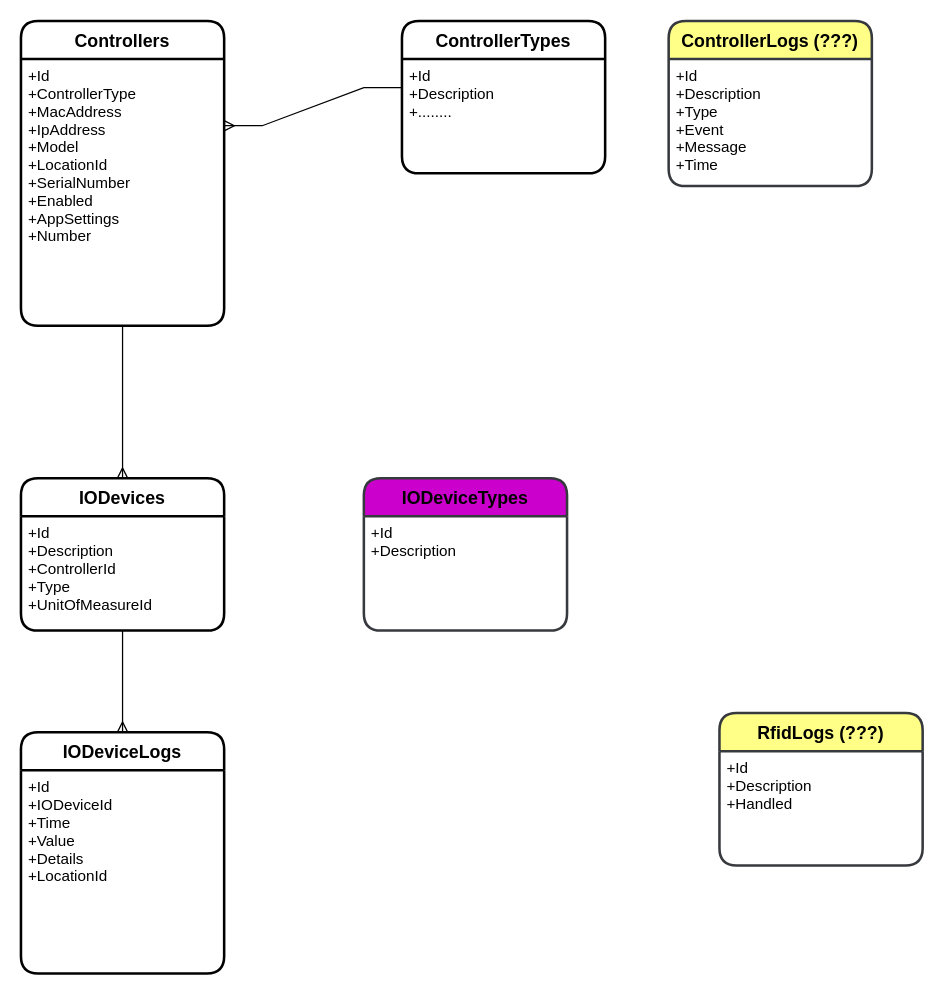
Earlier version of the draw.io diagram page "DBase" (1 of 2) of IoT/IoT_Module.drawio (tvolodi/abitech). Source tidied: cells renumbered, new cells numbered last; positions are measured from the earlier drawing's top-left corner, leaving out a move shared by most shapes. Both pictures are drawn from the tidied source at 127%, with x=0, y=0 at pixel (20, 20).
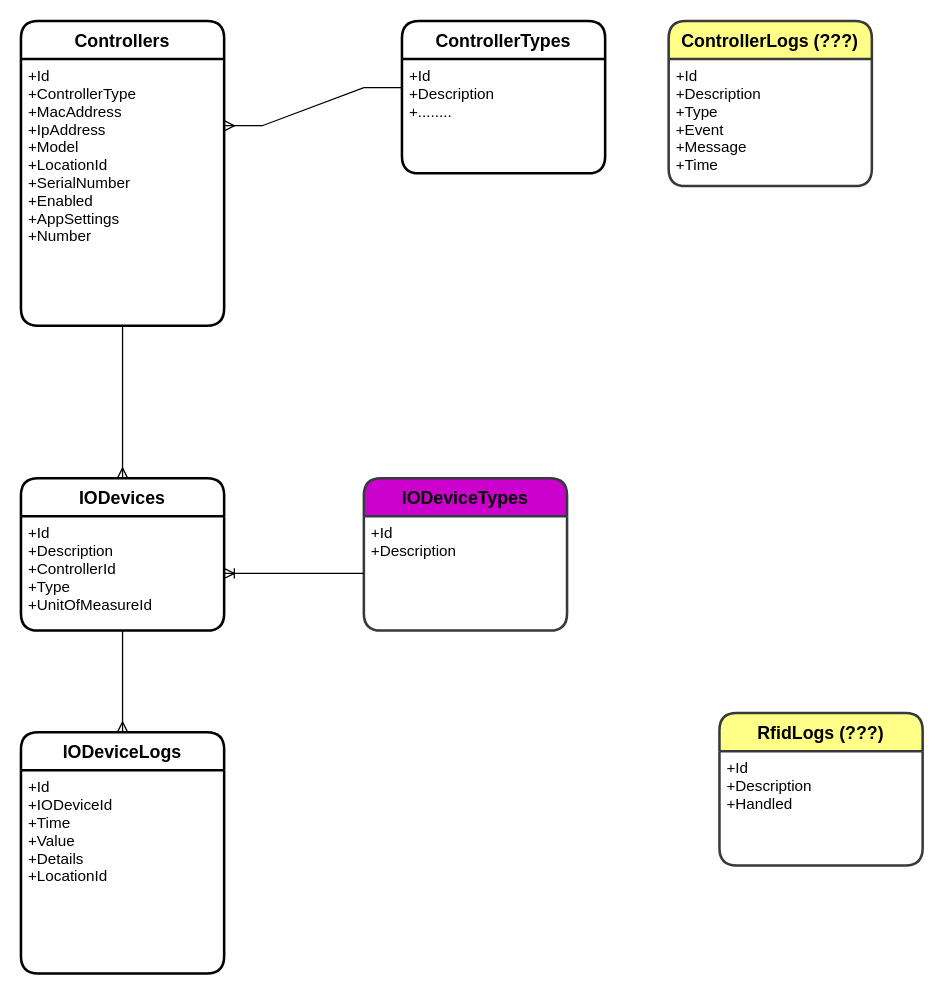
The same page after the edit.

The edit, as a diff of the source:
```diff
@@
 <mxGraphModel>
   <root>
     <mxCell id="0" />
     <mxCell id="1" parent="0" />
     <mxCell id="2" value="Controllers" style="swimlane;horizontal=1;startSize=30;rounded=1;fontSize=14;fontStyle=1;strokeWidth=2;shadow=0;dashed=0;align=center;" parent="1" vertex="1">
       <mxGeometry width="160" height="240" as="geometry" />
     </mxCell>
     <mxCell id="3" value="+Id&#10;+ControllerType&#10;+MacAddress&#10;+IpAddress&#10;+Model&#10;+LocationId&#10;+SerialNumber&#10;+Enabled&#10;+AppSettings&#10;+Number" style="align=left;strokeColor=none;fillColor=none;spacingLeft=4;fontSize=12;verticalAlign=top;" parent="2" vertex="1">
       <mxGeometry y="30" width="160" height="210" as="geometry" />
     </mxCell>
     <mxCell id="4" value="ControllerTypes" style="swimlane;horizontal=1;startSize=30;rounded=1;fontSize=14;fontStyle=1;strokeWidth=2;shadow=0;dashed=0;align=center;" parent="1" vertex="1">
       <mxGeometry x="300" width="160" height="120" as="geometry" />
     </mxCell>
     <mxCell id="5" value="+Id&#10;+Description&#10;+........" style="align=left;strokeColor=none;fillColor=none;spacingLeft=4;fontSize=12;verticalAlign=top;" parent="4" vertex="1">
       <mxGeometry y="30" width="160" height="90" as="geometry" />
     </mxCell>
     <mxCell id="6" value="IODevices" style="swimlane;horizontal=1;startSize=30;rounded=1;fontSize=14;fontStyle=1;strokeWidth=2;shadow=0;dashed=0;align=center;" parent="1" vertex="1">
       <mxGeometry y="360" width="160" height="120" as="geometry" />
     </mxCell>
     <mxCell id="7" value="+Id&#10;+Description&#10;+ControllerId&#10;+Type&#10;+UnitOfMeasureId" style="align=left;strokeColor=none;fillColor=none;spacingLeft=4;fontSize=12;verticalAlign=top;" parent="6" vertex="1">
       <mxGeometry y="30" width="160" height="90" as="geometry" />
     </mxCell>
     <mxCell id="8" value="IODeviceTypes" style="swimlane;horizontal=1;startSize=30;rounded=1;fontSize=14;fontStyle=1;strokeWidth=2;shadow=0;dashed=0;align=center;fillColor=#CC00CC;strokeColor=#36393d;" parent="1" vertex="1">
       <mxGeometry x="270" y="360" width="160" height="120" as="geometry" />
     </mxCell>
     <mxCell id="9" value="+Id&#10;+Description" style="align=left;strokeColor=none;fillColor=none;spacingLeft=4;fontSize=12;verticalAlign=top;" parent="8" vertex="1">
       <mxGeometry y="30" width="160" height="90" as="geometry" />
     </mxCell>
     <mxCell id="10" style="edgeStyle=entityRelationEdgeStyle;fontSize=12;html=1;endArrow=ERmany;rounded=0;entryX=1;entryY=0.25;entryDx=0;entryDy=0;exitX=0;exitY=0.25;exitDx=0;exitDy=0;" parent="1" edge="1" source="5" target="3">
       <mxGeometry relative="1" as="geometry" />
     </mxCell>
     <mxCell id="11" style="edgeStyle=orthogonalEdgeStyle;fontSize=12;html=1;endArrow=ERmany;rounded=0;entryX=0.5;entryY=0;entryDx=0;entryDy=0;exitX=0.5;exitY=1;exitDx=0;exitDy=0;" parent="1" edge="1" source="3" target="6">
       <mxGeometry relative="1" as="geometry" />
     </mxCell>
     <mxCell id="12" value="ControllerLogs (???)" style="swimlane;horizontal=1;startSize=30;rounded=1;fontSize=14;fontStyle=1;strokeWidth=2;shadow=0;dashed=0;align=center;fillColor=#ffff88;strokeColor=#36393d;" parent="1" vertex="1">
       <mxGeometry x="510" width="160" height="130" as="geometry" />
     </mxCell>
     <mxCell id="13" value="+Id&#10;+Description&#10;+Type&#10;+Event&#10;+Message&#10;+Time" style="align=left;strokeColor=none;fillColor=none;spacingLeft=4;fontSize=12;verticalAlign=top;" parent="12" vertex="1">
       <mxGeometry y="30" width="160" height="100" as="geometry" />
     </mxCell>
     <mxCell id="14" value="IODeviceLogs" style="swimlane;horizontal=1;startSize=30;rounded=1;fontSize=14;fontStyle=1;strokeWidth=2;shadow=0;dashed=0;align=center;" parent="1" vertex="1">
       <mxGeometry y="560" width="160" height="190" as="geometry" />
     </mxCell>
     <mxCell id="15" value="+Id&#10;+IODeviceId&#10;+Time&#10;+Value&#10;+Details&#10;+LocationId" style="align=left;strokeColor=none;fillColor=none;spacingLeft=4;fontSize=12;verticalAlign=top;" parent="14" vertex="1">
       <mxGeometry y="30" width="160" height="160" as="geometry" />
     </mxCell>
     <mxCell id="16" value="RfidLogs (???)" style="swimlane;horizontal=1;startSize=30;rounded=1;fontSize=14;fontStyle=1;strokeWidth=2;shadow=0;dashed=0;align=center;fillColor=#ffff88;strokeColor=#36393d;" parent="1" vertex="1">
       <mxGeometry x="550" y="545" width="160" height="120" as="geometry" />
     </mxCell>
     <mxCell id="17" value="+Id&#10;+Description&#10;+Handled" style="align=left;strokeColor=none;fillColor=none;spacingLeft=4;fontSize=12;verticalAlign=top;" parent="16" vertex="1">
       <mxGeometry y="30" width="160" height="90" as="geometry" />
     </mxCell>
     <mxCell id="18" style="edgeStyle=orthogonalEdgeStyle;fontSize=12;html=1;endArrow=ERmany;rounded=0;entryX=0.5;entryY=0;entryDx=0;entryDy=0;exitX=0.5;exitY=1;exitDx=0;exitDy=0;" parent="1" edge="1" source="7" target="14">
       <mxGeometry relative="1" as="geometry" />
     </mxCell>
+    <mxCell id="19" style="edgeStyle=entityRelationEdgeStyle;fontSize=12;html=1;endArrow=ERoneToMany;rounded=0;entryX=1;entryY=0.5;entryDx=0;entryDy=0;exitX=0;exitY=0.5;exitDx=0;exitDy=0;" parent="1" edge="1" source="9" target="7">
+      <mxGeometry relative="1" as="geometry" />
+    </mxCell>
   </root>
 </mxGraphModel>
```
